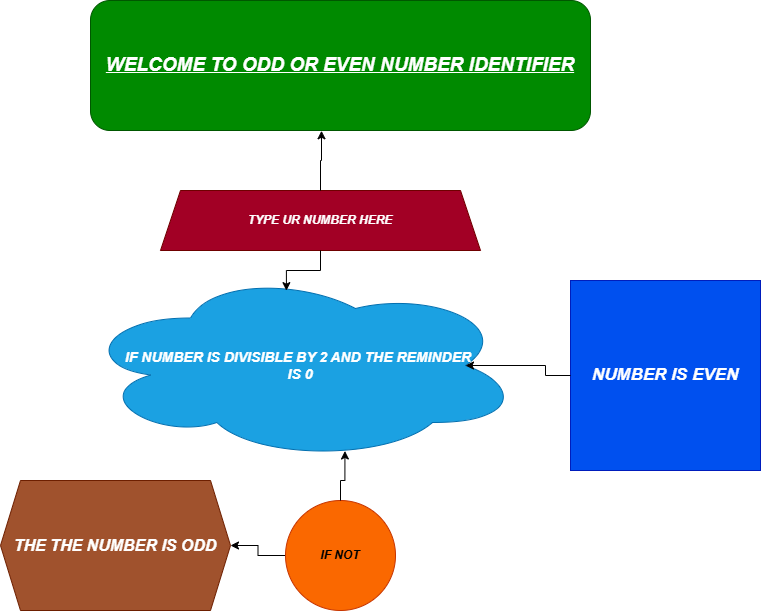
Earlier version of the draw.io export lesson2/myproject1.drawio.png (harsha67-coder/python_codingal). Source tidied: cells renumbered, new cells last; positions are measured from the earlier drawing's top-left corner, leaving out a move shared by most shapes.
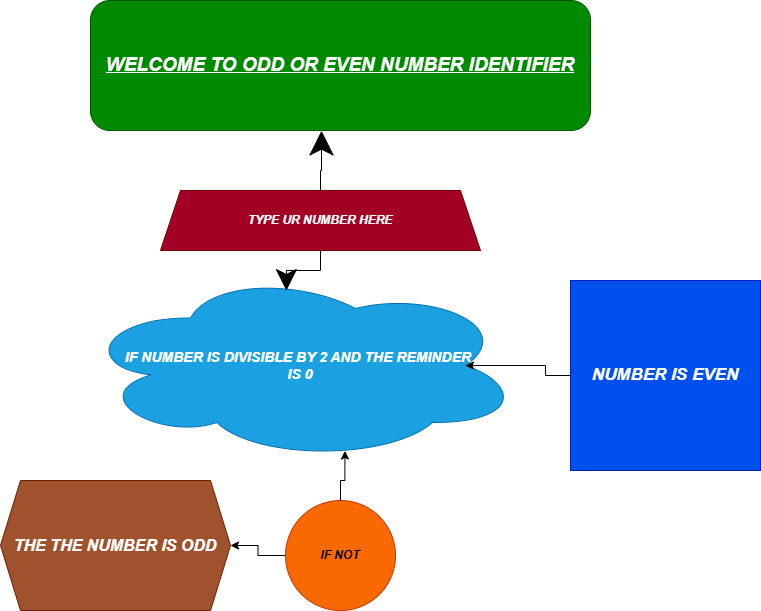
After the change.

The edit, as a diff of the source:
```diff
@@ -8,13 +8,13 @@
     <mxCell id="3" value="&lt;b&gt;&lt;i&gt;TYPE UR NUMBER HERE&lt;/i&gt;&lt;/b&gt;" style="shape=trapezoid;perimeter=trapezoidPerimeter;whiteSpace=wrap;html=1;fixedSize=1;fillColor=#a20025;fontColor=#ffffff;strokeColor=#6F0000;" parent="1" vertex="1">
       <mxGeometry x="160" y="190" width="320" height="60" as="geometry" />
     </mxCell>
-    <mxCell id="4" style="edgeStyle=orthogonalEdgeStyle;rounded=0;jettySize=auto;html=1;entryX=0.462;entryY=1.002;entryDx=0;entryDy=0;entryPerimeter=0;" parent="1" edge="1" source="3" target="2">
+    <mxCell id="4" style="edgeStyle=orthogonalEdgeStyle;rounded=0;jettySize=auto;html=1;entryX=0.462;entryY=1.002;entryDx=0;entryDy=0;entryPerimeter=0;endSize=22;" parent="1" edge="1" source="3" target="2">
       <mxGeometry relative="1" as="geometry" />
     </mxCell>
     <mxCell id="5" value="&lt;b&gt;&lt;i&gt;&lt;font style=&quot;font-size: 14px;&quot;&gt;IF NUMBER IS DIVISIBLE BY 2 AND THE REMINDER&amp;nbsp;&lt;/font&gt;&lt;/i&gt;&lt;/b&gt;&lt;div&gt;&lt;b&gt;&lt;i&gt;&lt;font style=&quot;font-size: 14px;&quot;&gt;IS 0&lt;/font&gt;&lt;/i&gt;&lt;/b&gt;&lt;/div&gt;" style="ellipse;shape=cloud;whiteSpace=wrap;html=1;fillColor=#1ba1e2;fontColor=#ffffff;strokeColor=#006EAF;" parent="1" vertex="1">
       <mxGeometry x="80" y="270" width="440" height="190" as="geometry" />
     </mxCell>
-    <mxCell id="6" style="edgeStyle=orthogonalEdgeStyle;rounded=0;jettySize=auto;html=1;entryX=0.468;entryY=0.106;entryDx=0;entryDy=0;entryPerimeter=0;" parent="1" edge="1" source="3" target="5">
+    <mxCell id="6" style="edgeStyle=orthogonalEdgeStyle;rounded=0;jettySize=auto;html=1;entryX=0.468;entryY=0.106;entryDx=0;entryDy=0;entryPerimeter=0;endSize=19;" parent="1" edge="1" source="3" target="5">
       <mxGeometry relative="1" as="geometry" />
     </mxCell>
     <mxCell id="7" value="&lt;b&gt;&lt;i&gt;&lt;font style=&quot;font-size: 17px;&quot;&gt;NUMBER IS EVEN&lt;/font&gt;&lt;/i&gt;&lt;/b&gt;" style="whiteSpace=wrap;html=1;fillColor=#0050ef;fontColor=#ffffff;strokeColor=#001DBC;" parent="1" vertex="1">
```
